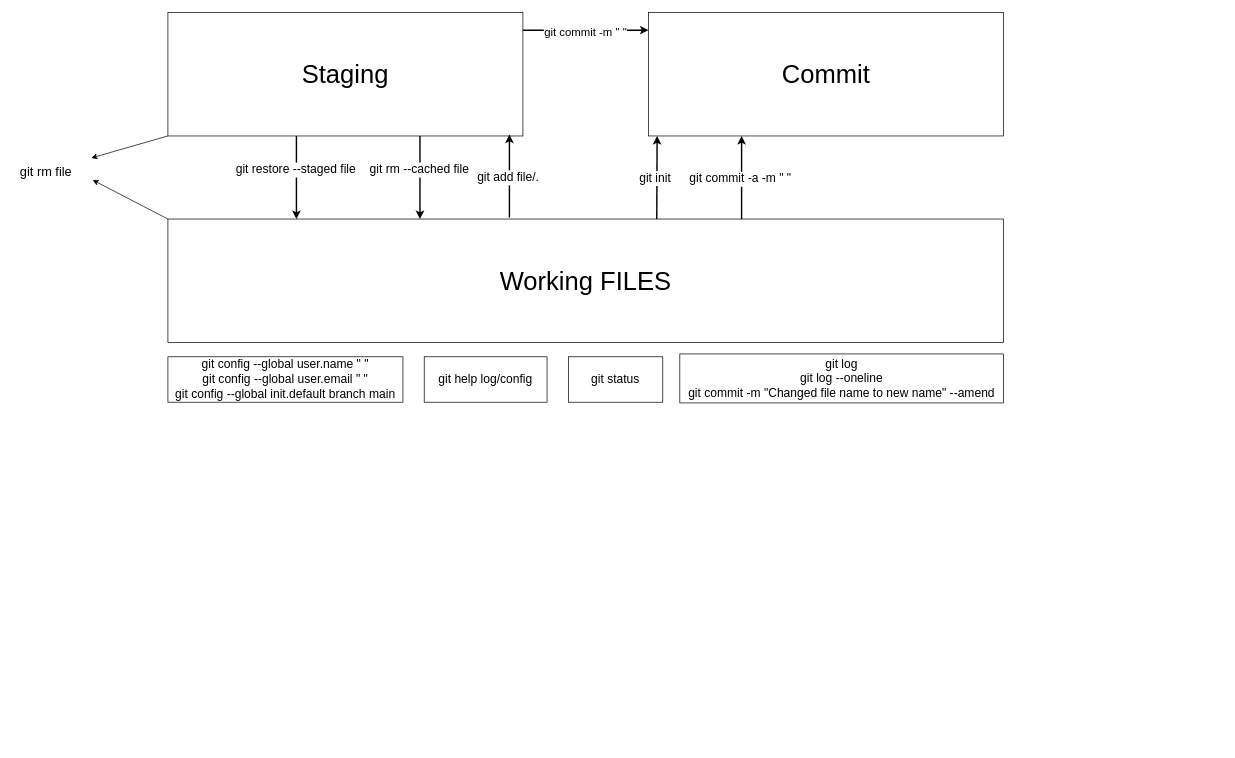
This is Git&Github.drawio from xiaodongYao/DrawIO, a draw.io file, before an edit. Source tidied: cells renumbered, new cells numbered last; positions are measured from the earlier drawing's top-left corner, leaving out a move shared by most shapes. Both pictures are drawn from the tidied source at 71%, with x=0, y=0 at pixel (12, 12).
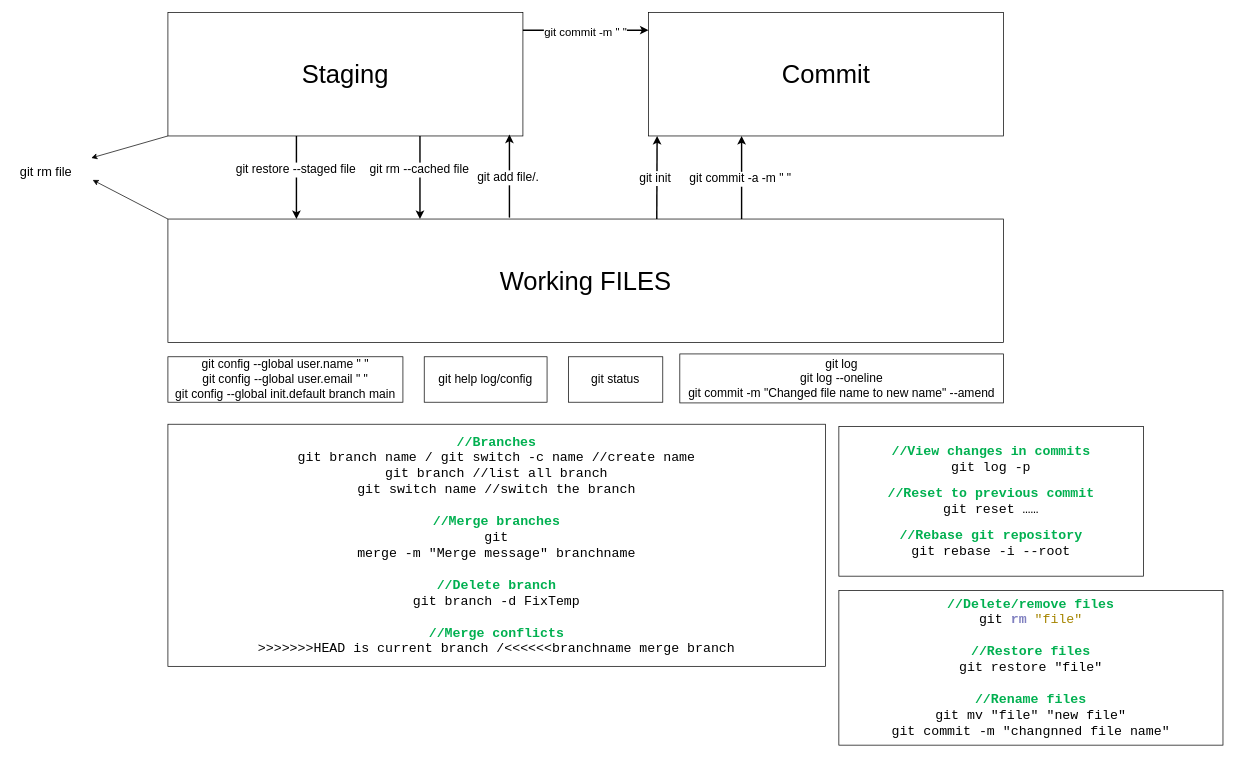
The same page after the edit.

Diff of the diagram source:
```diff
@@
+    <mxCell id="24" value="&lt;p lang=&quot;en-US&quot; style=&quot;margin: 0in; font-family: Consolas; font-size: 14pt; color: rgb(0, 176, 80);&quot;&gt;&lt;span style=&quot;font-weight:bold&quot;&gt;//Branches&lt;/span&gt;&lt;/p&gt;&lt;p lang=&quot;en-US&quot; style=&quot;margin:0in;font-family:Consolas;font-size:14.0pt&quot;&gt;git branch name / git switch -c name&amp;nbsp;//create name&lt;/p&gt;&lt;p lang=&quot;en-US&quot; style=&quot;margin:0in;font-family:Consolas;font-size:14.0pt&quot;&gt;git branch //list all branch&lt;/p&gt;&lt;p lang=&quot;en-US&quot; style=&quot;margin:0in;font-family:Consolas;font-size:14.0pt&quot;&gt;git switch name //switch the branch&lt;/p&gt;&lt;p lang=&quot;en-US&quot; style=&quot;margin:0in;font-family:Consolas;font-size:14.0pt&quot;&gt;&lt;br&gt;&lt;/p&gt;&lt;p lang=&quot;en-US&quot; style=&quot;margin: 0in; font-family: Consolas; font-size: 14pt; color: rgb(0, 176, 80);&quot;&gt;&lt;span style=&quot;font-weight:bold&quot;&gt;//Merge branches&lt;/span&gt;&lt;/p&gt;&lt;p lang=&quot;en-US&quot; style=&quot;margin:0in;font-family:Consolas;font-size:14.0pt&quot;&gt;git&lt;br&gt;merge -m &quot;Merge message&quot; branchname&lt;/p&gt;&lt;p lang=&quot;en-US&quot; style=&quot;margin:0in;font-family:Consolas;font-size:14.0pt&quot;&gt;&amp;nbsp;&lt;/p&gt;&lt;p lang=&quot;en-US&quot; style=&quot;margin: 0in; font-family: Consolas; font-size: 14pt; color: rgb(0, 176, 80);&quot;&gt;&lt;span style=&quot;font-weight:bold&quot;&gt;//Delete branch&lt;/span&gt;&lt;/p&gt;&lt;p lang=&quot;en-US&quot; style=&quot;margin:0in;font-family:Consolas;font-size:14.0pt&quot;&gt;git branch -d FixTemp&lt;/p&gt;&lt;p lang=&quot;en-US&quot; style=&quot;margin:0in;font-family:Consolas;font-size:14.0pt&quot;&gt;&amp;nbsp;&lt;/p&gt;&lt;p lang=&quot;en-US&quot; style=&quot;margin: 0in; font-family: Consolas; font-size: 14pt; color: rgb(0, 176, 80);&quot;&gt;&lt;span style=&quot;font-weight:bold&quot;&gt;//Merge conflicts&lt;/span&gt;&lt;/p&gt;&lt;p lang=&quot;en-US&quot; style=&quot;margin:0in;font-family:Consolas;font-size:14.0pt&quot;&gt;&amp;gt;&amp;gt;&amp;gt;&amp;gt;&amp;gt;&amp;gt;&amp;gt;HEAD is current branch /&amp;lt;&amp;lt;&amp;lt;&amp;lt;&amp;lt;&amp;lt;branchname merge branch&lt;/p&gt;" style="rounded=0;whiteSpace=wrap;html=1;" parent="1" vertex="1">
+      <mxGeometry x="219" y="580" width="926" height="341" as="geometry" />
+    </mxCell>
+    <mxCell id="25" value="&lt;p lang=&quot;en-US&quot; style=&quot;margin: 0in; font-family: Consolas; font-size: 14pt; color: rgb(0, 176, 80);&quot;&gt;&lt;span style=&quot;font-weight:bold&quot;&gt;//View changes in commits&lt;/span&gt;&lt;/p&gt;&lt;p lang=&quot;en-US&quot; style=&quot;margin:0in;font-family:Consolas;font-size:14.0pt&quot;&gt;git log -p&lt;/p&gt;&lt;br&gt;&lt;p lang=&quot;en-US&quot; style=&quot;margin: 0in; font-family: Consolas; font-size: 14pt; color: rgb(0, 176, 80);&quot;&gt;&lt;span style=&quot;font-weight:bold&quot;&gt;//Reset to previous commit&lt;/span&gt;&lt;/p&gt;&lt;p lang=&quot;en-US&quot; style=&quot;margin:0in;font-family:Consolas;font-size:14.0pt&quot;&gt;git reset ……&lt;/p&gt;&lt;br&gt;&lt;p lang=&quot;en-US&quot; style=&quot;margin: 0in; font-family: Consolas; font-size: 14pt; color: rgb(0, 176, 80);&quot;&gt;&lt;span style=&quot;font-weight:bold&quot;&gt;//Rebase git repository&lt;/span&gt;&lt;/p&gt;&lt;p lang=&quot;en-US&quot; style=&quot;margin:0in;font-family:Consolas;font-size:14.0pt&quot;&gt;git rebase -i --root&lt;/p&gt;" style="rounded=0;whiteSpace=wrap;html=1;" parent="1" vertex="1">
+      <mxGeometry x="1164" y="583" width="429" height="211" as="geometry" />
+    </mxCell>
+    <mxCell id="26" value="&lt;p lang=&quot;en-US&quot; style=&quot;margin: 0in; font-family: Consolas; font-size: 14pt; color: rgb(0, 176, 80);&quot;&gt;&lt;span style=&quot;font-weight:bold&quot;&gt;//Delete/remove files&lt;/span&gt;&lt;/p&gt;&lt;p lang=&quot;la&quot; style=&quot;margin:0in;font-family:Consolas;font-size:14.0pt&quot;&gt;git &lt;span style=&quot;font-weight: bold; color: rgb(128, 128, 192);&quot;&gt;rm &lt;/span&gt;&lt;span style=&quot;color: rgb(166, 133, 0);&quot;&gt;&quot;file&quot;&lt;/span&gt;&lt;/p&gt;&lt;p style=&quot;margin:0in;font-family:Consolas;font-size:14.0pt&quot;&gt;&lt;br&gt;&lt;/p&gt;&lt;p lang=&quot;en-US&quot; style=&quot;margin: 0in; font-family: Consolas; font-size: 14pt; color: rgb(0, 176, 80);&quot;&gt;&lt;span style=&quot;font-weight:bold&quot;&gt;//Restore files&lt;/span&gt;&lt;/p&gt;&lt;p lang=&quot;en-US&quot; style=&quot;margin:0in;font-family:Consolas;font-size:14.0pt&quot;&gt;git restore &quot;file&quot; &lt;/p&gt;&lt;p lang=&quot;en-US&quot; style=&quot;margin:0in;font-family:Consolas;font-size:14.0pt&quot;&gt;&lt;br&gt;&lt;/p&gt;&lt;p lang=&quot;en-US&quot; style=&quot;margin: 0in; font-family: Consolas; font-size: 14pt; color: rgb(0, 176, 80);&quot;&gt;&lt;span style=&quot;font-weight:bold&quot;&gt;//Rename files&lt;/span&gt;&lt;/p&gt;&lt;p lang=&quot;en-US&quot; style=&quot;margin:0in;font-family:Consolas;font-size:14.0pt&quot;&gt;git mv &quot;file&quot; &quot;new file&quot;&lt;/p&gt;&lt;p lang=&quot;en-US&quot; style=&quot;margin:0in;font-family:Consolas;font-size:14.0pt&quot;&gt;git commit -m &quot;changnned file name&quot;&lt;/p&gt;" style="rounded=0;whiteSpace=wrap;html=1;" parent="1" vertex="1">
+      <mxGeometry x="1164" y="814" width="541" height="218" as="geometry" />
+    </mxCell>
```
